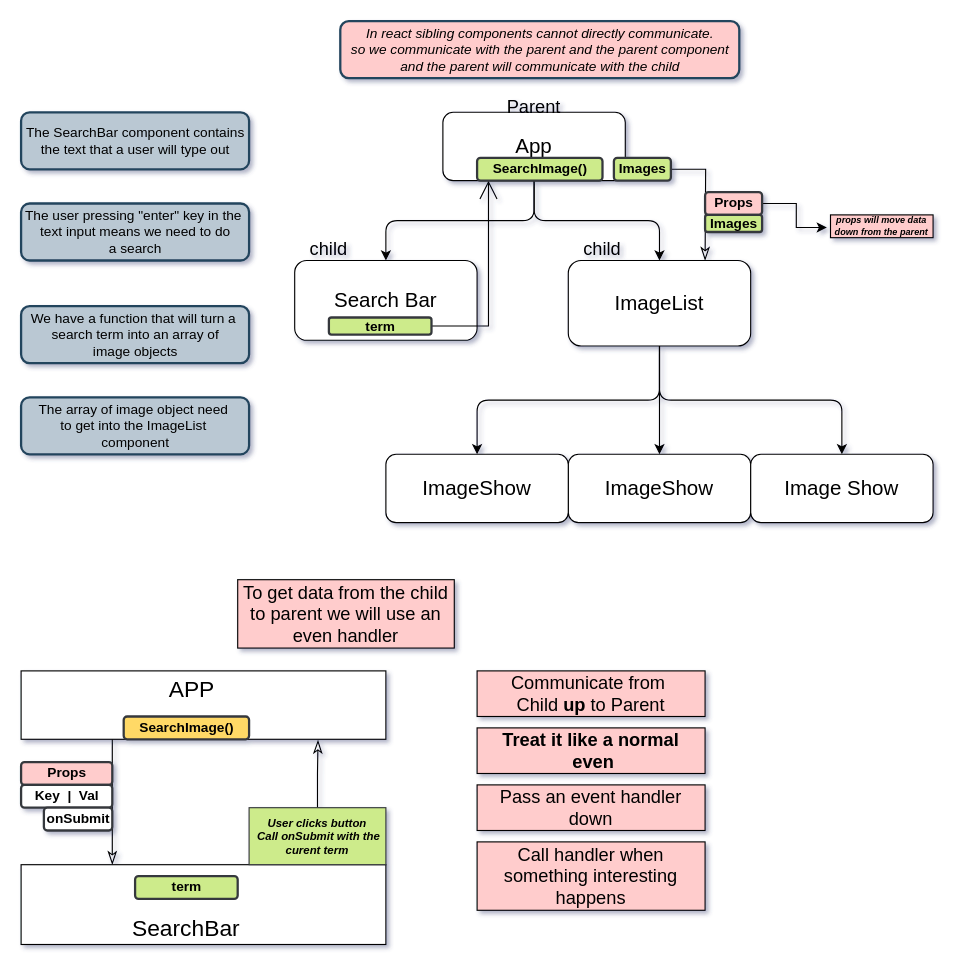
Before: uml/appHierarchy.drawio in anthonynarine/Pics, a draw.io diagram. Source tidied: cells renumbered, new cells numbered last; positions are measured from the earlier drawing's top-left corner, leaving out a move shared by most shapes. Both pictures are drawn from the tidied source at 114%, with x=0, y=0 at pixel (21, 21).
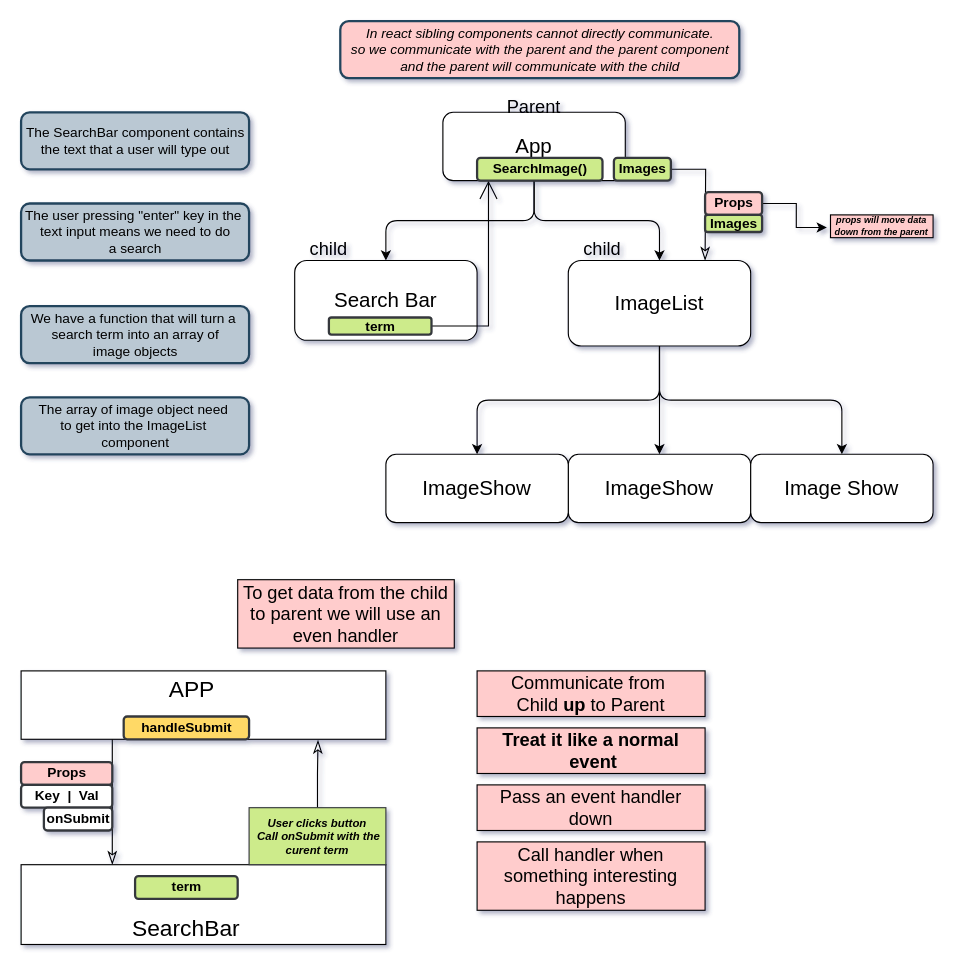
Above is the later version.

Diff of the diagram source:
```diff
@@
-    <mxCell id="35" value="SearchImage()" style="text;align=center;fontStyle=1;verticalAlign=middle;spacingLeft=3;spacingRight=3;strokeColor=#36393d;strokeWidth=2;fontFamily=Helvetica;fontSize=12;fillColor=#FFD966;html=1;rounded=1;fontColor=#000000;" parent="1" vertex="1">
+    <mxCell id="35" value="handleSubmit" style="text;align=center;fontStyle=1;verticalAlign=middle;spacingLeft=3;spacingRight=3;strokeColor=#36393d;strokeWidth=2;fontFamily=Helvetica;fontSize=12;fillColor=#FFD966;html=1;rounded=1;fontColor=#000000;" parent="1" vertex="1">
       <mxGeometry x="90" y="610" width="110" height="20" as="geometry" />
     </mxCell>
@@
-    <mxCell id="45" value="&lt;font size=&quot;3&quot;&gt;&lt;b&gt;Treat it like a normal&lt;br&gt;&amp;nbsp;even&lt;/b&gt;&lt;br&gt;&lt;/font&gt;" style="rounded=0;whiteSpace=wrap;html=1;fontSize=8;fillColor=#FFCCCC;" parent="1" vertex="1">
+    <mxCell id="45" value="&lt;font size=&quot;3&quot;&gt;&lt;b&gt;Treat it like a normal&lt;br&gt;&amp;nbsp;event&lt;/b&gt;&lt;br&gt;&lt;/font&gt;" style="rounded=0;whiteSpace=wrap;html=1;fontSize=8;fillColor=#FFCCCC;" parent="1" vertex="1">
       <mxGeometry x="400" y="620" width="200" height="40" as="geometry" />
     </mxCell>
```
